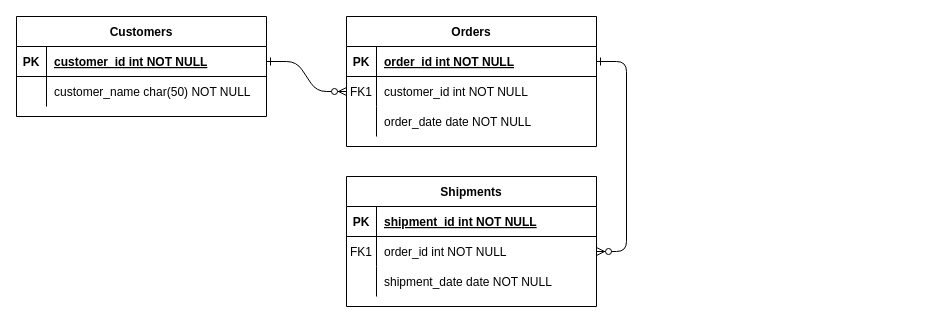
Above: diagrams/Untitled Diagram.drawio in robertojrodriguez21/finance-tracker (draw.io), before the change. Source tidied: cells renumbered, new cells numbered last; positions are measured from the earlier drawing's top-left corner, leaving out a move shared by most shapes. Both pictures are drawn from the tidied source at 100%, with x=0, y=0 at pixel (16, 16).
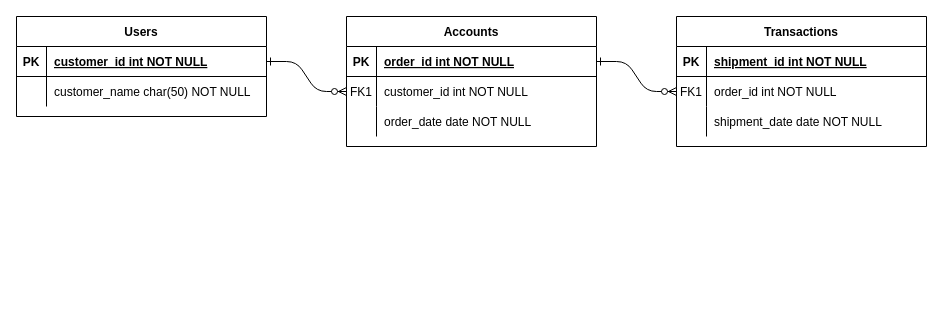
The same page after the edit.

Commit message:
Entity Relationship Diagram

The edit, as a diff of the source:
```diff
@@
-    <mxCell id="4" value="Orders" style="shape=table;startSize=30;childLayout=tableLayout;rowLines=0;fontStyle=1;align=center;" parent="1" vertex="1">
+    <mxCell id="4" value="Accounts" style="shape=table;startSize=30;childLayout=tableLayout;rowLines=0;fontStyle=1;align=center;" parent="1" vertex="1">
       <mxGeometry x="330" width="250" height="130" as="geometry" />
     </mxCell>
@@
-    <mxCell id="14" value="Shipments" style="shape=table;startSize=30;childLayout=tableLayout;rowLines=0;fontStyle=1;align=center;" parent="1" vertex="1">
-      <mxGeometry x="330" y="160" width="250" height="130" as="geometry" />
+    <mxCell id="14" value="Transactions" style="shape=table;startSize=30;childLayout=tableLayout;rowLines=0;fontStyle=1;align=center;" parent="1" vertex="1">
+      <mxGeometry x="660" width="250" height="130" as="geometry" />
     </mxCell>
@@
-    <mxCell id="24" value="Customers" style="shape=table;startSize=30;childLayout=tableLayout;rowLines=0;fontStyle=1;align=center;" parent="1" vertex="1">
+    <mxCell id="24" value="Users" style="shape=table;startSize=30;childLayout=tableLayout;rowLines=0;fontStyle=1;align=center;" parent="1" vertex="1">
       <mxGeometry width="250" height="100" as="geometry" />
     </mxCell>
```
